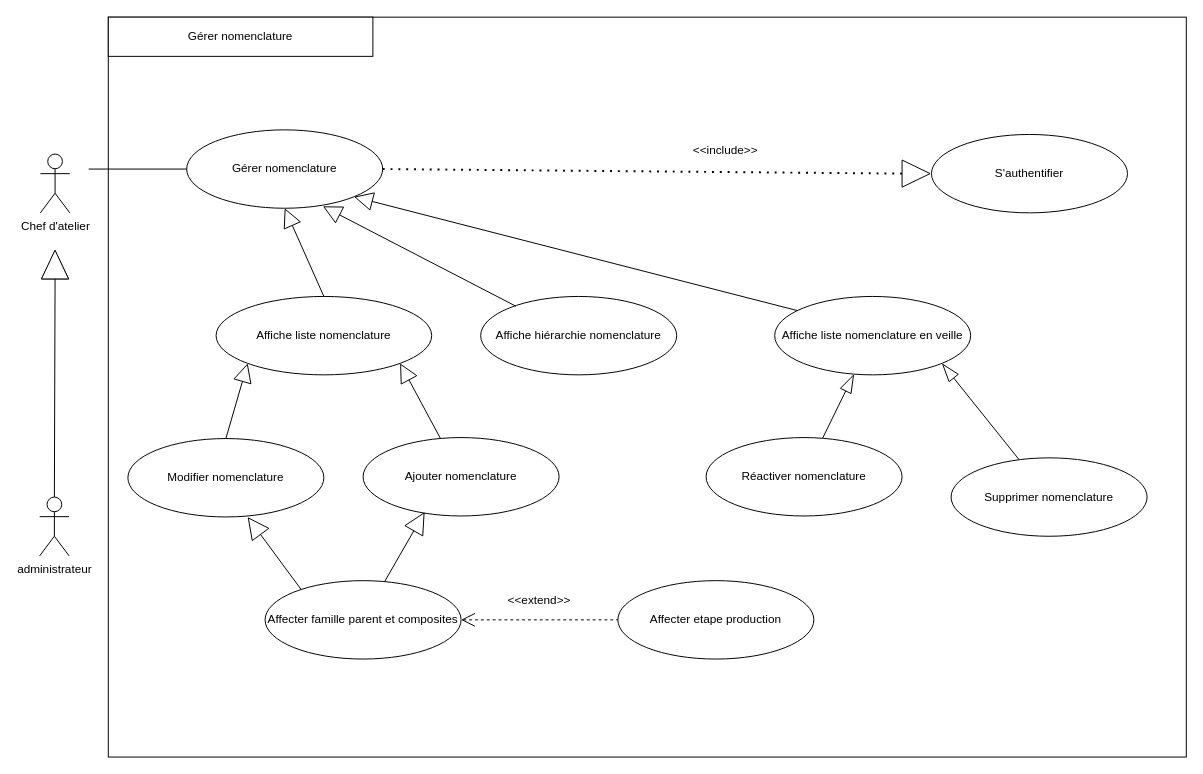
This is GérerNomenclature.drawio from AbdelazizBs/GPAO-SpringApp, a draw.io file, before an edit. Source tidied: cells renumbered, new cells numbered last; positions are measured from the earlier drawing's top-left corner, leaving out a move shared by most shapes. Both pictures are drawn from the tidied source at 98%, with x=0, y=0 at pixel (39, 17).
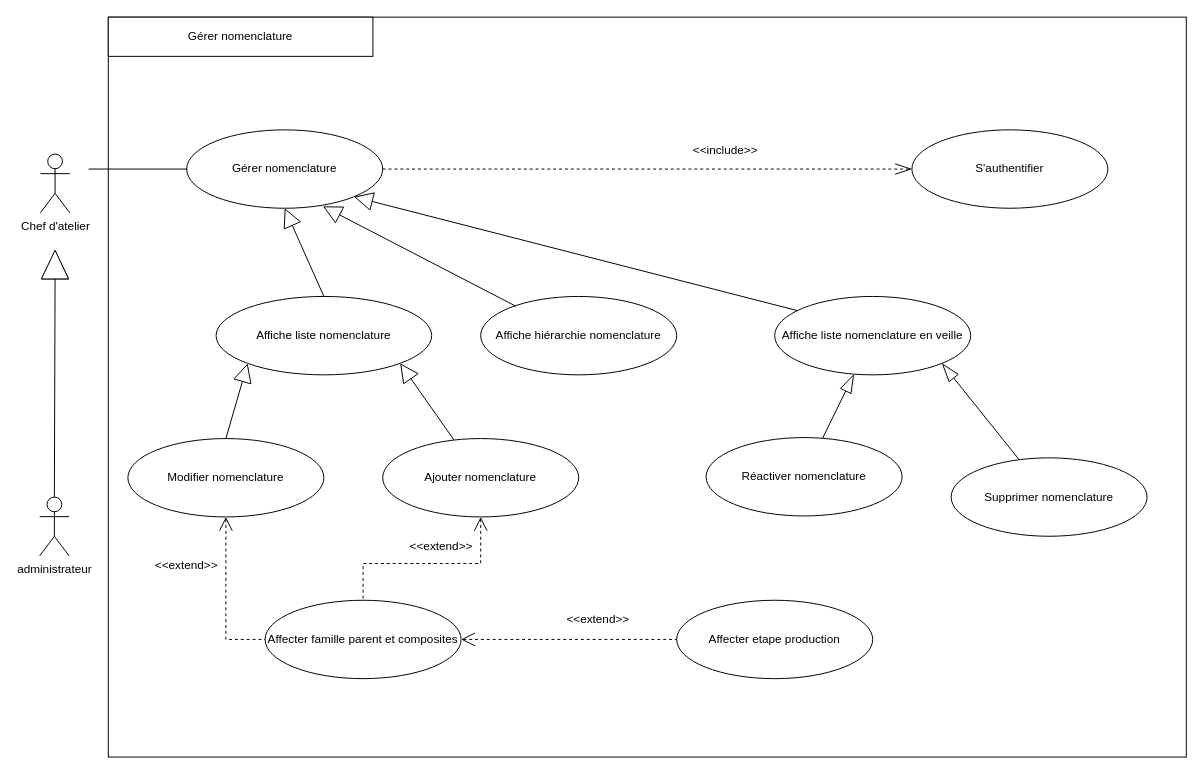
After the change.

Commit message:
Mettre à jour GérerNomenclature.drawio

Unchanged cells that the change refers to:
```xml
<mxCell id="5" value="Gérer nomenclature" style="ellipse;whiteSpace=wrap;html=1;" parent="1" vertex="1">
  <mxGeometry x="150" y="115" width="200" height="80" as="geometry" />
</mxCell>
<mxCell id="12" value="Modifier nomenclature" style="ellipse;whiteSpace=wrap;html=1;" parent="1" vertex="1">
  <mxGeometry x="90" y="430" width="200" height="80" as="geometry" />
</mxCell>
```

Diff of the diagram source:
```diff
@@
+    <mxCell id="35" style="edgeStyle=orthogonalEdgeStyle;rounded=0;jettySize=auto;html=1;entryX=0;entryY=0.5;entryDx=0;entryDy=0;endArrow=openThin;endFill=0;dashed=1;endSize=15;" parent="1" edge="1" source="5" target="7">
+      <mxGeometry relative="1" as="geometry" />
+    </mxCell>
@@
     <mxCell id="7" value="S'authentifier" style="ellipse;whiteSpace=wrap;html=1;" parent="1" vertex="1">
-      <mxGeometry x="910" y="119.7" width="200" height="80" as="geometry" />
+      <mxGeometry x="890" y="115" width="200" height="80" as="geometry" />
     </mxCell>
@@
-    <mxCell id="13" style="endArrow=none;dashed=1;html=1;dashPattern=1 3;strokeWidth=2;rounded=0;exitX=1;exitY=0.5;exitDx=0;exitDy=0;entryX=0;entryY=0.5;entryDx=0;entryDy=0;" parent="1" edge="1" source="5" target="14">
-      <mxGeometry relative="1" as="geometry" />
-    </mxCell>
-    <mxCell id="14" style="triangle;whiteSpace=wrap;html=1;rotation=0;" parent="1" vertex="1">
-      <mxGeometry x="880" y="145.8" width="28.6" height="27.7" as="geometry" />
-    </mxCell>
@@
     <mxCell id="20" value="Ajouter nomenclature" style="ellipse;whiteSpace=wrap;html=1;" parent="1" vertex="1">
-      <mxGeometry x="330" y="429" width="200" height="80" as="geometry" />
+      <mxGeometry x="350" y="430" width="200" height="80" as="geometry" />
     </mxCell>
@@
     <mxCell id="25" value="Affecter etape production" style="ellipse;whiteSpace=wrap;html=1;" parent="1" vertex="1">
-      <mxGeometry x="590" y="575" width="200" height="80" as="geometry" />
+      <mxGeometry x="650" y="595" width="200" height="80" as="geometry" />
     </mxCell>
@@
-    <mxCell id="30" style="rounded=0;jettySize=auto;html=1;entryX=0.611;entryY=1.001;entryDx=0;entryDy=0;entryPerimeter=0;endArrow=block;endFill=0;endSize=20;exitX=0.194;exitY=0.147;exitDx=0;exitDy=0;exitPerimeter=0;" parent="1" edge="1" source="32" target="12">
-      <mxGeometry relative="1" as="geometry" />
-    </mxCell>
@@
     <mxCell id="32" value="Affecter famille parent et composites" style="ellipse;whiteSpace=wrap;html=1;" parent="1" vertex="1">
-      <mxGeometry x="230" y="575" width="200" height="80" as="geometry" />
+      <mxGeometry x="230" y="595" width="200" height="80" as="geometry" />
     </mxCell>
-    <mxCell id="33" style="rounded=0;jettySize=auto;html=1;entryX=0.314;entryY=0.949;entryDx=0;entryDy=0;entryPerimeter=0;endArrow=block;endFill=0;endSize=20;" parent="1" edge="1" source="32" target="20">
-      <mxGeometry relative="1" as="geometry" />
-    </mxCell>
     <mxCell id="34" value="&amp;lt;&amp;lt;extend&amp;gt;&amp;gt;" style="text;html=1;strokeColor=none;fillColor=none;align=center;verticalAlign=middle;whiteSpace=wrap;rounded=0;" parent="1" vertex="1">
-      <mxGeometry x="490" y="585" width="40" height="20" as="geometry" />
+      <mxGeometry x="550" y="605" width="40" height="20" as="geometry" />
     </mxCell>
+    <mxCell id="36" style="edgeStyle=orthogonalEdgeStyle;rounded=0;jettySize=auto;html=1;endArrow=none;endFill=0;startArrow=open;startFill=0;dashed=1;endSize=8;startSize=12;exitX=0.5;exitY=1;exitDx=0;exitDy=0;entryX=0.5;entryY=0;entryDx=0;entryDy=0;" parent="1" edge="1" source="20" target="32">
+      <mxGeometry relative="1" as="geometry" />
+    </mxCell>
+    <mxCell id="37" style="edgeStyle=orthogonalEdgeStyle;rounded=0;jettySize=auto;html=1;endArrow=none;endFill=0;startArrow=open;startFill=0;dashed=1;endSize=8;startSize=12;exitX=0.5;exitY=1;exitDx=0;exitDy=0;entryX=0;entryY=0.5;entryDx=0;entryDy=0;" parent="1" edge="1" source="12" target="32">
+      <mxGeometry relative="1" as="geometry" />
+    </mxCell>
+    <mxCell id="38" value="&amp;lt;&amp;lt;extend&amp;gt;&amp;gt;" style="text;html=1;strokeColor=none;fillColor=none;align=center;verticalAlign=middle;whiteSpace=wrap;rounded=0;" parent="1" vertex="1">
+      <mxGeometry x="390" y="529.7" width="40" height="20" as="geometry" />
+    </mxCell>
+    <mxCell id="39" value="&amp;lt;&amp;lt;extend&amp;gt;&amp;gt;" style="text;html=1;strokeColor=none;fillColor=none;align=center;verticalAlign=middle;whiteSpace=wrap;rounded=0;" parent="1" vertex="1">
+      <mxGeometry x="130" y="549.7" width="40" height="20" as="geometry" />
+    </mxCell>
```
